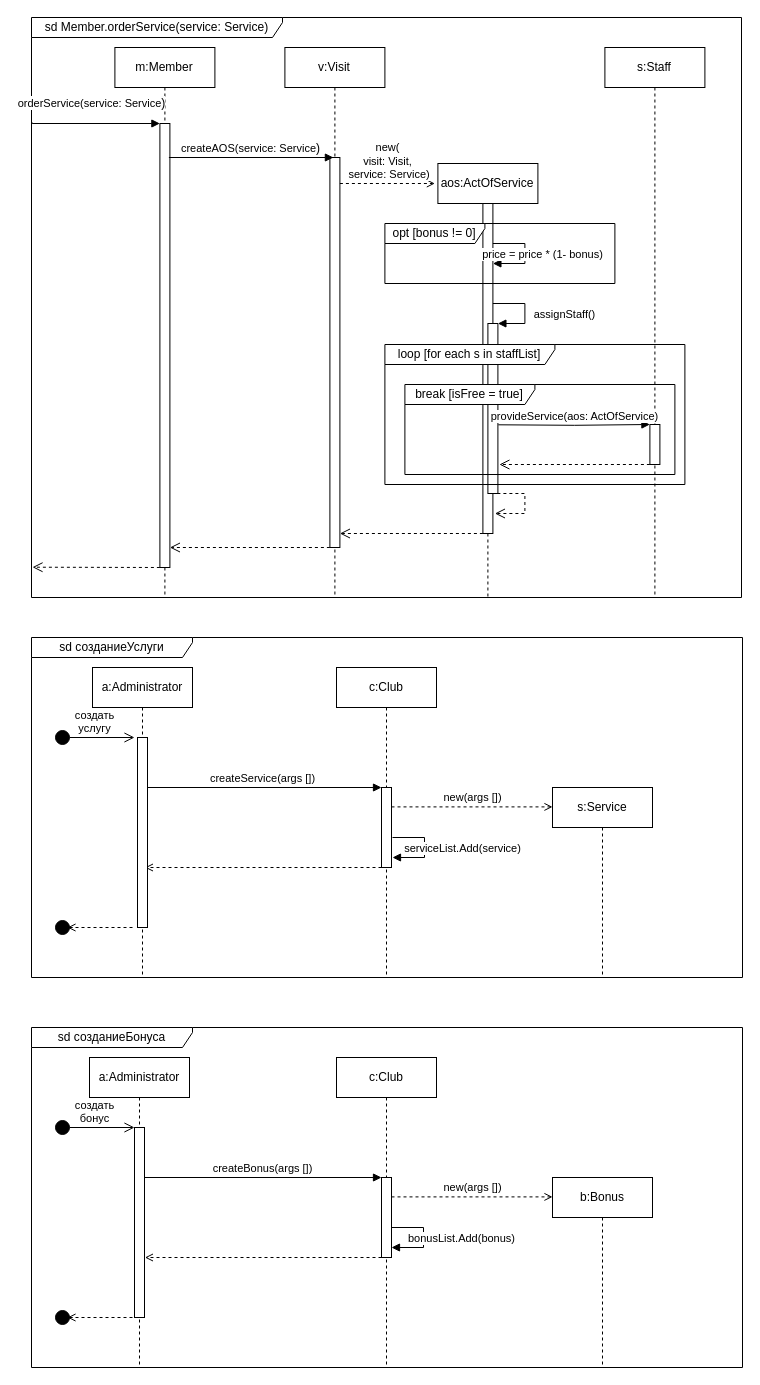
Above: page "Диаграмма последовательностей" (2 of 3) of Lab_2/Lab_2.drawio in 4lnULpGkuW/OOAD (draw.io), before the change. Source tidied: cells renumbered, new cells numbered last; positions are measured from the earlier drawing's top-left corner, leaving out a move shared by most shapes. Both pictures are drawn from the tidied source at 100%, with x=0, y=0 at pixel (31, 17).
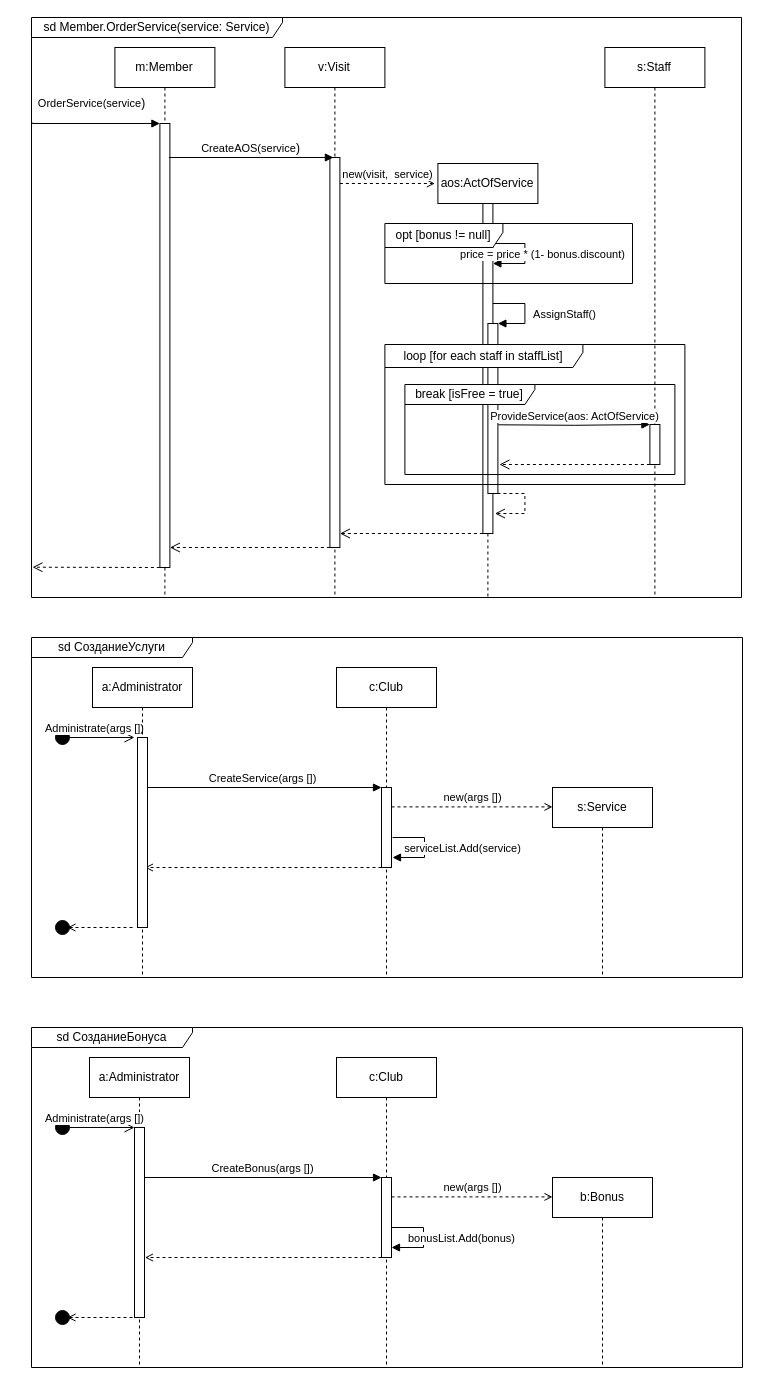
The same diagram, later.

The change refers to these unchanged cells:
```xml
<mxCell id="9" value="aos:ActOfService" style="shape=umlLifeline;perimeter=lifelinePerimeter;whiteSpace=wrap;html=1;newEdgeStyle={&quot;curved&quot;:0,&quot;rounded&quot;:0};" parent="1" vertex="1">
  <mxGeometry x="406.4" y="146" width="100" height="434" as="geometry" />
</mxCell>
```

Diff of the diagram source:
```diff
@@
-    <mxCell id="2" value="&lt;div style=&quot;text-align: left;&quot;&gt;&lt;span style=&quot;background-color: initial;&quot;&gt;sd Member.orderService(service: Service)&lt;/span&gt;&lt;/div&gt;" style="shape=umlFrame;whiteSpace=wrap;html=1;width=251;height=20;" parent="1" vertex="1">
+    <mxCell id="2" value="&lt;div style=&quot;text-align: left;&quot;&gt;&lt;span style=&quot;background-color: initial;&quot;&gt;sd Member.OrderService(service: Service)&lt;/span&gt;&lt;/div&gt;" style="shape=umlFrame;whiteSpace=wrap;html=1;width=251;height=20;" parent="1" vertex="1">
       <mxGeometry width="710" height="580" as="geometry" />
     </mxCell>
@@
-    <mxCell id="5" value="&lt;div style=&quot;text-align: left;&quot;&gt;orderService(service: Service&lt;span style=&quot;font-size: 12px; text-wrap: wrap; background-color: rgb(251, 251, 251);&quot;&gt;)&lt;/span&gt;&lt;/div&gt;" style="html=1;verticalAlign=bottom;endArrow=block;rounded=0;entryX=0;entryY=0;entryDx=0;entryDy=5;exitX=0.001;exitY=0.181;exitDx=0;exitDy=0;exitPerimeter=0;edgeStyle=orthogonalEdgeStyle;" parent="1" edge="1" source="2">
+    <mxCell id="5" value="&lt;div style=&quot;text-align: left;&quot;&gt;OrderService(service&lt;span style=&quot;font-size: 12px; text-wrap: wrap; background-color: rgb(251, 251, 251);&quot;&gt;)&lt;/span&gt;&lt;/div&gt;" style="html=1;verticalAlign=bottom;endArrow=block;rounded=0;entryX=0;entryY=0;entryDx=0;entryDy=5;exitX=0.001;exitY=0.181;exitDx=0;exitDy=0;exitPerimeter=0;edgeStyle=orthogonalEdgeStyle;" parent="1" edge="1" source="2">
       <mxGeometry x="-0.07" y="11" relative="1" as="geometry">
         <mxPoint x="128.4" y="106" as="targetPoint" />
         <Array as="points">
           <mxPoint x="1" y="106" />
         </Array>
       </mxGeometry>
     </mxCell>
@@
-    <mxCell id="11" value="price = price * (1- bonus)" style="html=1;verticalAlign=bottom;endArrow=block;curved=0;rounded=0;" parent="9" edge="1">
+    <mxCell id="11" value="price = price * (1- bonus.discount)" style="html=1;verticalAlign=bottom;endArrow=block;curved=0;rounded=0;" parent="9" edge="1">
       <mxGeometry x="0.33" y="-22" relative="1" as="geometry">
         <mxPoint x="55" y="80" as="sourcePoint" />
         <mxPoint x="55" y="100" as="targetPoint" />
         <Array as="points">
           <mxPoint x="87" y="80" />
           <mxPoint x="87" y="90" />
           <mxPoint x="87" y="100" />
         </Array>
         <mxPoint x="22" y="22" as="offset" />
       </mxGeometry>
     </mxCell>
@@
-    <mxCell id="13" value="assignStaff()" style="html=1;verticalAlign=bottom;endArrow=block;curved=0;rounded=0;" parent="9" edge="1">
+    <mxCell id="13" value="AssignStaff()" style="html=1;verticalAlign=bottom;endArrow=block;curved=0;rounded=0;" parent="9" edge="1">
       <mxGeometry x="0.32" y="-40" relative="1" as="geometry">
         <mxPoint x="55" y="140" as="sourcePoint" />
         <mxPoint x="60" y="160" as="targetPoint" />
         <Array as="points">
           <mxPoint x="87" y="140" />
           <mxPoint x="87" y="160" />
         </Array>
         <mxPoint x="40" y="40" as="offset" />
       </mxGeometry>
     </mxCell>
@@
-    <mxCell id="16" value="&lt;div style=&quot;text-align: left;&quot;&gt;createAOS(service: Service&lt;span style=&quot;font-size: 12px; text-wrap: wrap; background-color: rgb(251, 251, 251);&quot;&gt;)&lt;/span&gt;&lt;/div&gt;" style="html=1;verticalAlign=bottom;endArrow=block;curved=0;rounded=0;" parent="1" edge="1">
+    <mxCell id="16" value="&lt;div style=&quot;text-align: left;&quot;&gt;CreateAOS(service&lt;span style=&quot;font-size: 12px; text-wrap: wrap; background-color: rgb(251, 251, 251);&quot;&gt;)&lt;/span&gt;&lt;/div&gt;" style="html=1;verticalAlign=bottom;endArrow=block;curved=0;rounded=0;" parent="1" edge="1">
       <mxGeometry relative="1" as="geometry">
         <mxPoint x="137.4" y="140" as="sourcePoint" />
         <mxPoint x="301.9" y="140" as="targetPoint" />
       </mxGeometry>
     </mxCell>
-    <mxCell id="17" value="new(&lt;div&gt;visit: Visit,&lt;/div&gt;&lt;div&gt;&amp;nbsp;service: Service)&lt;/div&gt;" style="html=1;verticalAlign=bottom;endArrow=open;curved=0;rounded=0;dashed=1;endFill=0;" parent="1" edge="1">
+    <mxCell id="17" value="new(visit,&amp;nbsp; service)" style="html=1;verticalAlign=bottom;endArrow=open;curved=0;rounded=0;dashed=1;endFill=0;" parent="1" edge="1">
       <mxGeometry relative="1" as="geometry">
         <mxPoint x="308.4" y="166" as="sourcePoint" />
         <mxPoint x="403.4" y="166" as="targetPoint" />
       </mxGeometry>
     </mxCell>
-    <mxCell id="18" value="opt [bonus != 0]" style="shape=umlFrame;whiteSpace=wrap;html=1;width=100;height=20;" parent="1" vertex="1">
-      <mxGeometry x="353.4" y="206" width="230" height="60" as="geometry" />
+    <mxCell id="18" value="opt [bonus != null]" style="shape=umlFrame;whiteSpace=wrap;html=1;width=118;height=24;" parent="1" vertex="1">
+      <mxGeometry x="353.4" y="206" width="247.6" height="60" as="geometry" />
     </mxCell>
-    <mxCell id="19" value="loop [for each s in staffList]" style="shape=umlFrame;whiteSpace=wrap;html=1;width=170;height=20;" parent="1" vertex="1">
+    <mxCell id="19" value="loop [for each staff in staffList]" style="shape=umlFrame;whiteSpace=wrap;html=1;width=198;height=23;" parent="1" vertex="1">
       <mxGeometry x="353.4" y="327" width="300" height="140" as="geometry" />
     </mxCell>
@@
-    <mxCell id="21" value="provideService(aos: ActOfService)" style="html=1;verticalAlign=bottom;endArrow=block;rounded=0;edgeStyle=orthogonalEdgeStyle;entryX=0;entryY=0;entryDx=0;entryDy=5;entryPerimeter=0;exitX=1.04;exitY=0.612;exitDx=0;exitDy=0;exitPerimeter=0;" parent="1" edge="1">
+    <mxCell id="21" value="ProvideService(aos: ActOfService)" style="html=1;verticalAlign=bottom;endArrow=block;rounded=0;edgeStyle=orthogonalEdgeStyle;entryX=0;entryY=0;entryDx=0;entryDy=5;entryPerimeter=0;exitX=1.04;exitY=0.612;exitDx=0;exitDy=0;exitPerimeter=0;" parent="1" edge="1">
       <mxGeometry relative="1" as="geometry">
         <mxPoint x="466.8" y="407.3" as="sourcePoint" />
         <mxPoint x="618.4" y="407" as="targetPoint" />
       </mxGeometry>
     </mxCell>
@@
-    <mxCell id="26" value="sd созданиеУслуги" style="shape=umlFrame;whiteSpace=wrap;html=1;width=161;height=20;" parent="1" vertex="1">
+    <mxCell id="26" value="sd CозданиеУслуги" style="shape=umlFrame;whiteSpace=wrap;html=1;width=161;height=20;" parent="1" vertex="1">
       <mxGeometry y="620" width="711" height="340" as="geometry" />
     </mxCell>
@@
-    <mxCell id="29" value="createServiсe(args [])" style="html=1;verticalAlign=bottom;endArrow=block;curved=0;rounded=0;" parent="1" edge="1">
+    <mxCell id="29" value="CreateServiсe(args [])" style="html=1;verticalAlign=bottom;endArrow=block;curved=0;rounded=0;" parent="1" edge="1">
       <mxGeometry relative="1" as="geometry">
         <mxPoint x="113.4" y="770" as="sourcePoint" />
         <mxPoint x="350" y="770" as="targetPoint" />
       </mxGeometry>
     </mxCell>
@@
-    <mxCell id="33" value="создать&lt;div&gt;услугу&lt;/div&gt;" style="html=1;verticalAlign=bottom;startArrow=circle;startFill=1;endArrow=open;startSize=6;endSize=8;curved=0;rounded=0;" parent="1" edge="1">
+    <mxCell id="33" value="Administrate(args [])" style="html=1;verticalAlign=bottom;startArrow=circle;startFill=1;endArrow=open;startSize=6;endSize=8;curved=0;rounded=0;" parent="1" edge="1">
       <mxGeometry relative="1" as="geometry">
         <mxPoint x="23" y="720" as="sourcePoint" />
         <mxPoint x="103" y="720" as="targetPoint" />
       </mxGeometry>
     </mxCell>
@@
-    <mxCell id="36" value="sd созданиеБонуса" style="shape=umlFrame;whiteSpace=wrap;html=1;width=161;height=20;" parent="1" vertex="1">
+    <mxCell id="36" value="sd CозданиеБонуса" style="shape=umlFrame;whiteSpace=wrap;html=1;width=161;height=20;" parent="1" vertex="1">
       <mxGeometry y="1010" width="711" height="340" as="geometry" />
     </mxCell>
@@
-    <mxCell id="39" value="createBonus(args [])" style="html=1;verticalAlign=bottom;endArrow=block;curved=0;rounded=0;" parent="1" edge="1">
+    <mxCell id="39" value="CreateBonus(args [])" style="html=1;verticalAlign=bottom;endArrow=block;curved=0;rounded=0;" parent="1" edge="1">
       <mxGeometry relative="1" as="geometry">
         <mxPoint x="113.4" y="1160" as="sourcePoint" />
         <mxPoint x="350" y="1160" as="targetPoint" />
       </mxGeometry>
     </mxCell>
@@
-    <mxCell id="49" value="создать&lt;div&gt;бонус&lt;/div&gt;" style="html=1;verticalAlign=bottom;startArrow=circle;startFill=1;endArrow=open;startSize=6;endSize=8;curved=0;rounded=0;" parent="1" edge="1">
+    <mxCell id="49" value="Administrate(args [])" style="html=1;verticalAlign=bottom;startArrow=circle;startFill=1;endArrow=open;startSize=6;endSize=8;curved=0;rounded=0;" parent="1" edge="1">
       <mxGeometry relative="1" as="geometry">
         <mxPoint x="23" y="1110" as="sourcePoint" />
         <mxPoint x="103" y="1110" as="targetPoint" />
       </mxGeometry>
     </mxCell>
```
